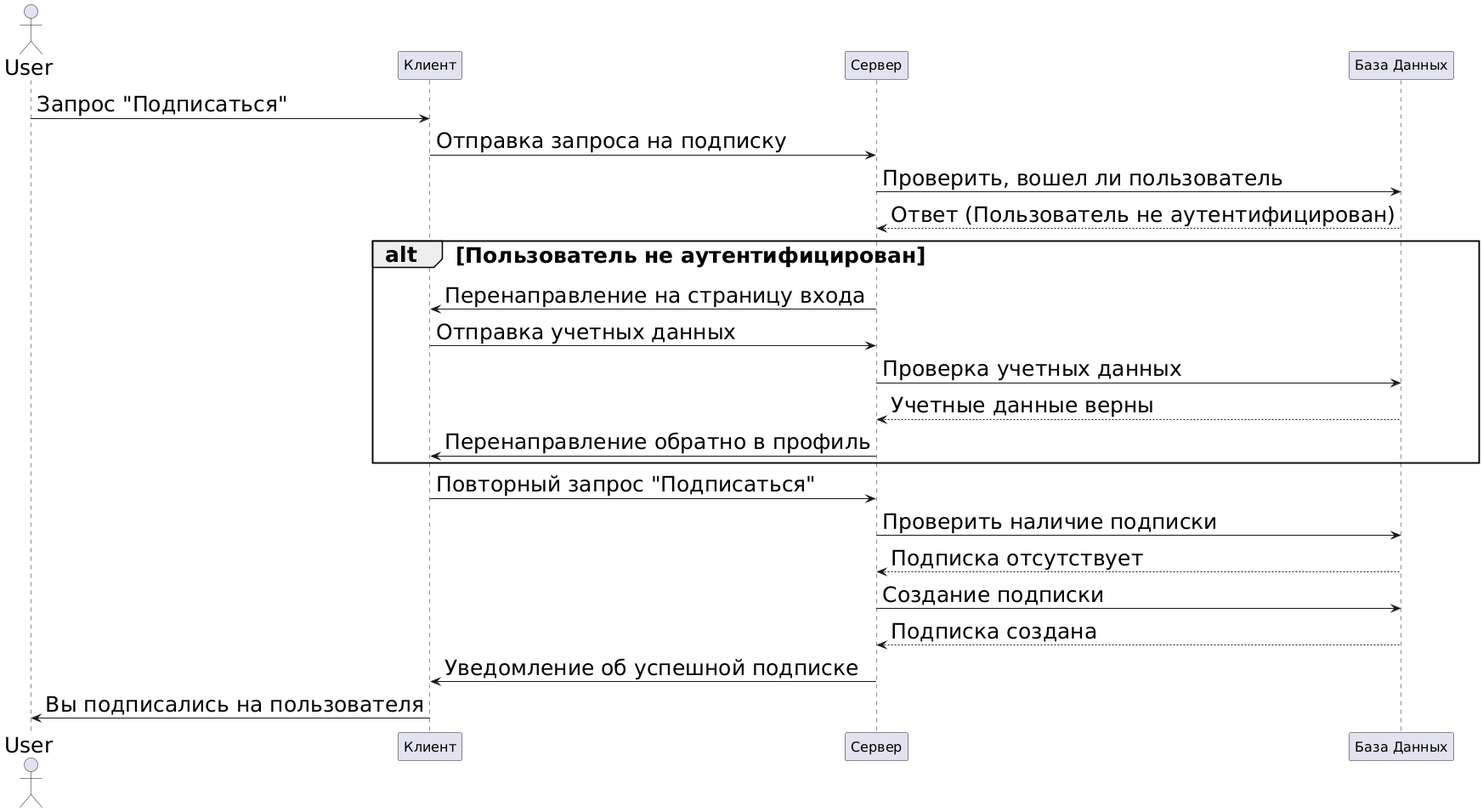
Before: momentum/docs/diagrams/sequence_diagram.png, a diagram exported from PlantUML (goriiin/5sem).
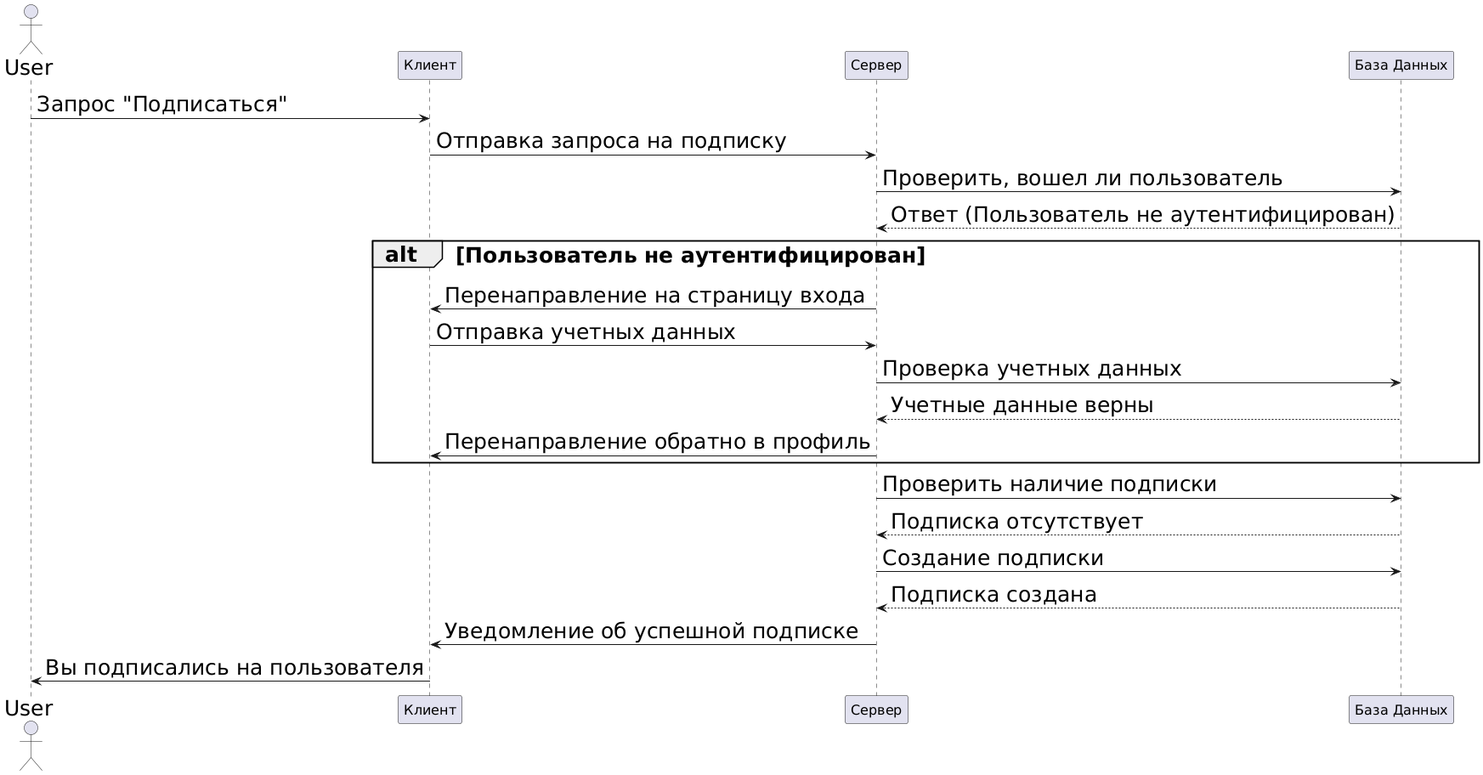
After the commit.

What changed in the source:
```diff
@@ -23,7 +23,6 @@
     Backend -> Browser: Перенаправление обратно в профиль
 end
 
-Browser -> Backend: Повторный запрос "Подписаться"
 Backend -> Database: Проверить наличие подписки
 Database --> Backend: Подписка отсутствует
 Backend -> Database: Создание подписки
```
